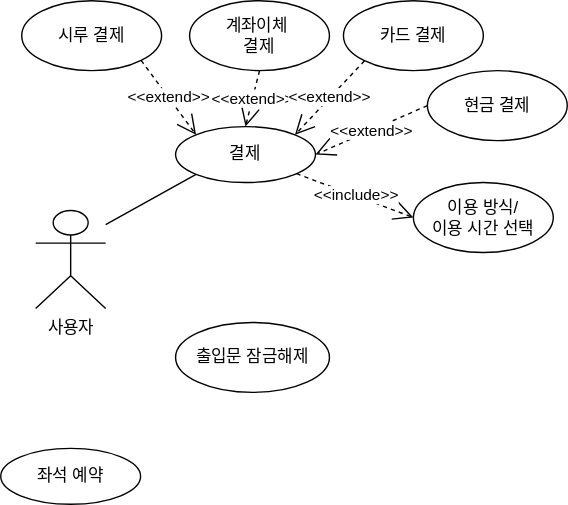
Above: Untitled Diagram.drawio.svg in spicygarlicsoychicken/Math_Box (draw.io), before the change. Source tidied: cells renumbered, new cells last; positions are measured from the earlier drawing's top-left corner, leaving out a move shared by most shapes.
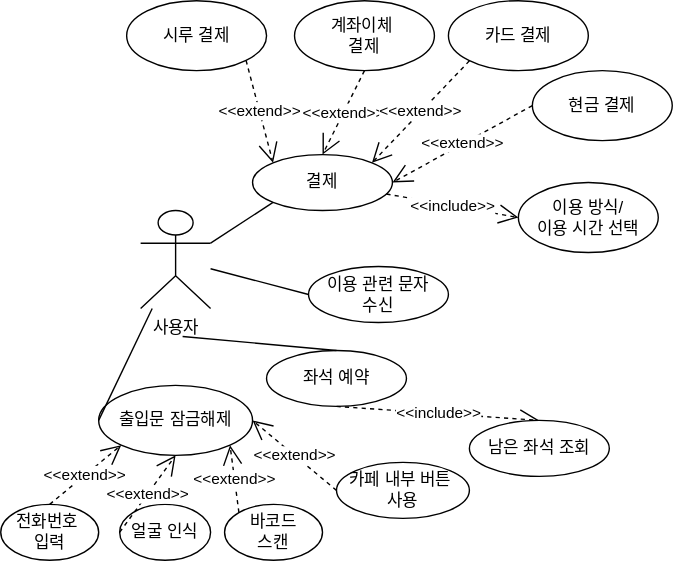
The same file after the commit.

Diff of the diagram source:
```diff
@@ -6,13 +6,13 @@
       <mxGeometry x="25" y="150" width="50" height="70" as="geometry" />
     </mxCell>
     <mxCell id="3" value="결제" style="ellipse;whiteSpace=wrap;html=1;" parent="1" vertex="1">
-      <mxGeometry x="125" y="90" width="100" height="40" as="geometry" />
+      <mxGeometry x="105" y="110" width="100" height="40" as="geometry" />
     </mxCell>
     <mxCell id="4" value="출입문 잠금해제" style="ellipse;whiteSpace=wrap;html=1;" parent="1" vertex="1">
-      <mxGeometry x="125" y="230" width="110" height="50" as="geometry" />
+      <mxGeometry x="-5" y="275" width="110" height="50" as="geometry" />
     </mxCell>
     <mxCell id="5" value="좌석 예약" style="ellipse;whiteSpace=wrap;html=1;" parent="1" vertex="1">
-      <mxGeometry y="320" width="100" height="40" as="geometry" />
+      <mxGeometry x="115" y="250" width="100" height="40" as="geometry" />
     </mxCell>
     <mxCell id="6" value="&amp;lt;&amp;lt;extend&amp;gt;&amp;gt;" style="endArrow=open;endSize=12;dashed=1;html=1;rounded=0;entryX=0;entryY=0;entryDx=0;entryDy=0;exitX=1;exitY=1;exitDx=0;exitDy=0;" parent="1" edge="1" source="7" target="3">
       <mxGeometry relative="1" as="geometry" />
@@ -46,10 +46,50 @@
     <mxCell id="15" value="이용 방식/&lt;div&gt;이용 시간 선택&lt;/div&gt;" style="ellipse;whiteSpace=wrap;html=1;" parent="1" vertex="1">
       <mxGeometry x="295" y="130" width="100" height="50" as="geometry" />
     </mxCell>
-    <mxCell id="16" style="edgeStyle=none;html=1;endArrow=none;verticalAlign=bottom;rounded=0;entryX=0;entryY=1;entryDx=0;entryDy=0;" parent="1" edge="1" target="3">
-      <mxGeometry relative="1" as="geometry">
-        <mxPoint x="75" y="160" as="sourcePoint" />
-      </mxGeometry>
+    <mxCell id="16" style="edgeStyle=none;html=1;endArrow=none;verticalAlign=bottom;rounded=0;entryX=0;entryY=1;entryDx=0;entryDy=0;exitX=1;exitY=0.3333333333333333;exitDx=0;exitDy=0;exitPerimeter=0;" parent="1" edge="1" source="2" target="3">
+      <mxGeometry relative="1" as="geometry" />
     </mxCell>
+    <mxCell id="17" value="&amp;lt;&amp;lt;include&amp;gt;&amp;gt;" style="endArrow=open;endSize=12;dashed=1;html=1;rounded=0;exitX=0.5;exitY=1;exitDx=0;exitDy=0;entryX=0.5;entryY=0;entryDx=0;entryDy=0;" parent="1" edge="1" source="5" target="18">
+      <mxGeometry relative="1" as="geometry" />
+    </mxCell>
+    <mxCell id="18" value="남은 좌석 조회" style="ellipse;whiteSpace=wrap;html=1;" parent="1" vertex="1">
+      <mxGeometry x="260" y="300" width="100" height="40" as="geometry" />
+    </mxCell>
+    <mxCell id="19" style="edgeStyle=none;html=1;endArrow=none;verticalAlign=bottom;rounded=0;exitX=0.5;exitY=0;exitDx=0;exitDy=0;entryX=0.6;entryY=1.286;entryDx=0;entryDy=0;entryPerimeter=0;" parent="1" edge="1" source="5" target="2">
+      <mxGeometry relative="1" as="geometry" />
+    </mxCell>
+    <mxCell id="20" style="edgeStyle=none;html=1;endArrow=none;verticalAlign=bottom;rounded=0;entryX=0;entryY=0.5;entryDx=0;entryDy=0;" parent="1" edge="1" source="2" target="4">
+      <mxGeometry relative="1" as="geometry" />
+    </mxCell>
+    <mxCell id="21" value="전화번호&amp;nbsp;&lt;div&gt;입력&lt;/div&gt;" style="ellipse;whiteSpace=wrap;html=1;" parent="1" vertex="1">
+      <mxGeometry x="-75" y="360" width="70" height="40" as="geometry" />
+    </mxCell>
+    <mxCell id="22" value="바코드&lt;div&gt;스캔&lt;/div&gt;" style="ellipse;whiteSpace=wrap;html=1;" parent="1" vertex="1">
+      <mxGeometry x="85" y="360" width="70" height="40" as="geometry" />
+    </mxCell>
+    <mxCell id="23" value="얼굴 인식" style="ellipse;whiteSpace=wrap;html=1;" parent="1" vertex="1">
+      <mxGeometry x="10" y="360" width="65" height="40" as="geometry" />
+    </mxCell>
+    <mxCell id="24" value="카페 내부 버튼&amp;nbsp;&lt;div&gt;사용&lt;/div&gt;" style="ellipse;whiteSpace=wrap;html=1;" parent="1" vertex="1">
+      <mxGeometry x="165" y="330" width="95" height="40" as="geometry" />
+    </mxCell>
+    <mxCell id="25" value="&amp;lt;&amp;lt;extend&amp;gt;&amp;gt;" style="endArrow=open;endSize=12;dashed=1;html=1;rounded=0;entryX=0;entryY=1;entryDx=0;entryDy=0;exitX=0.5;exitY=0;exitDx=0;exitDy=0;" parent="1" edge="1" source="21" target="4">
+      <mxGeometry relative="1" as="geometry" />
+    </mxCell>
+    <mxCell id="26" value="&amp;lt;&amp;lt;extend&amp;gt;&amp;gt;" style="endArrow=open;endSize=12;dashed=1;html=1;rounded=0;entryX=1;entryY=1;entryDx=0;entryDy=0;exitX=0;exitY=0;exitDx=0;exitDy=0;" parent="1" edge="1" source="22" target="4">
+      <mxGeometry relative="1" as="geometry" />
+    </mxCell>
+    <mxCell id="27" value="&amp;lt;&amp;lt;extend&amp;gt;&amp;gt;" style="endArrow=open;endSize=12;dashed=1;html=1;rounded=0;entryX=0.5;entryY=1;entryDx=0;entryDy=0;exitX=0;exitY=0.5;exitDx=0;exitDy=0;" parent="1" edge="1" source="23" target="4">
+      <mxGeometry relative="1" as="geometry" />
+    </mxCell>
+    <mxCell id="28" value="&amp;lt;&amp;lt;extend&amp;gt;&amp;gt;" style="endArrow=open;endSize=12;dashed=1;html=1;rounded=0;entryX=1;entryY=0.5;entryDx=0;entryDy=0;exitX=0;exitY=0.5;exitDx=0;exitDy=0;" parent="1" edge="1" source="24" target="4">
+      <mxGeometry relative="1" as="geometry" />
+    </mxCell>
+    <mxCell id="29" style="edgeStyle=none;html=1;endArrow=none;verticalAlign=bottom;rounded=0;exitX=0;exitY=0.5;exitDx=0;exitDy=0;" parent="1" edge="1" source="30" target="2">
+      <mxGeometry relative="1" as="geometry" />
+    </mxCell>
+    <mxCell id="30" value="이용 관련 문자&lt;div&gt;수신&lt;/div&gt;" style="ellipse;whiteSpace=wrap;html=1;" parent="1" vertex="1">
+      <mxGeometry x="145" y="190" width="100" height="40" as="geometry" />
+    </mxCell>
   </root>
 </mxGraphModel>
```
